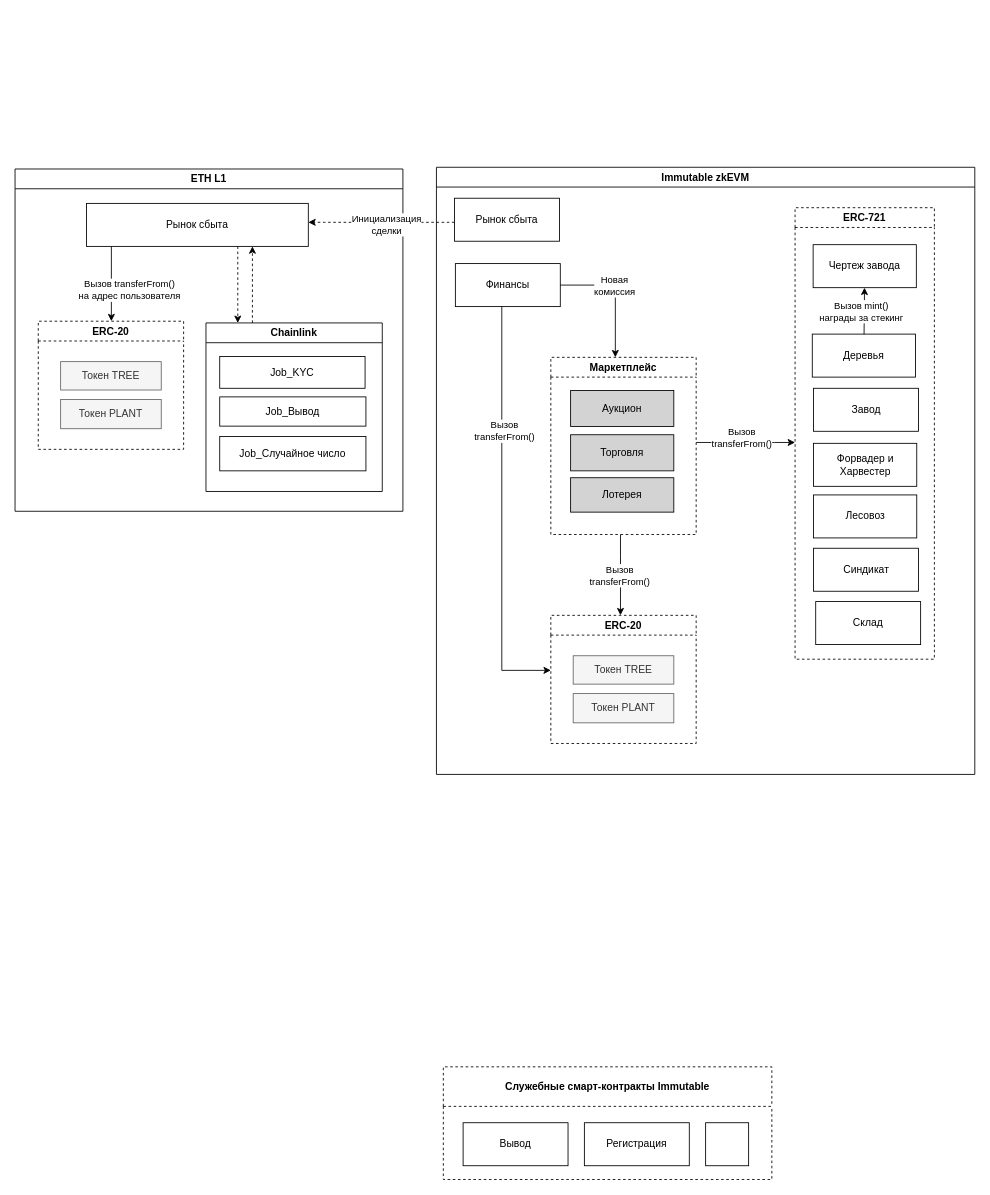
careock/diagrams keeps this draw.io diagram as page "Архитектура SC" (1 of 11) of CE/Диаграмма без названия.drawio. Above is the earlier version. Source tidied: cells renumbered, new cells numbered last; positions are measured from the earlier drawing's top-left corner, leaving out a move shared by most shapes. Both pictures are drawn from the tidied source at 86%, with x=0, y=0 at pixel (15, 162).
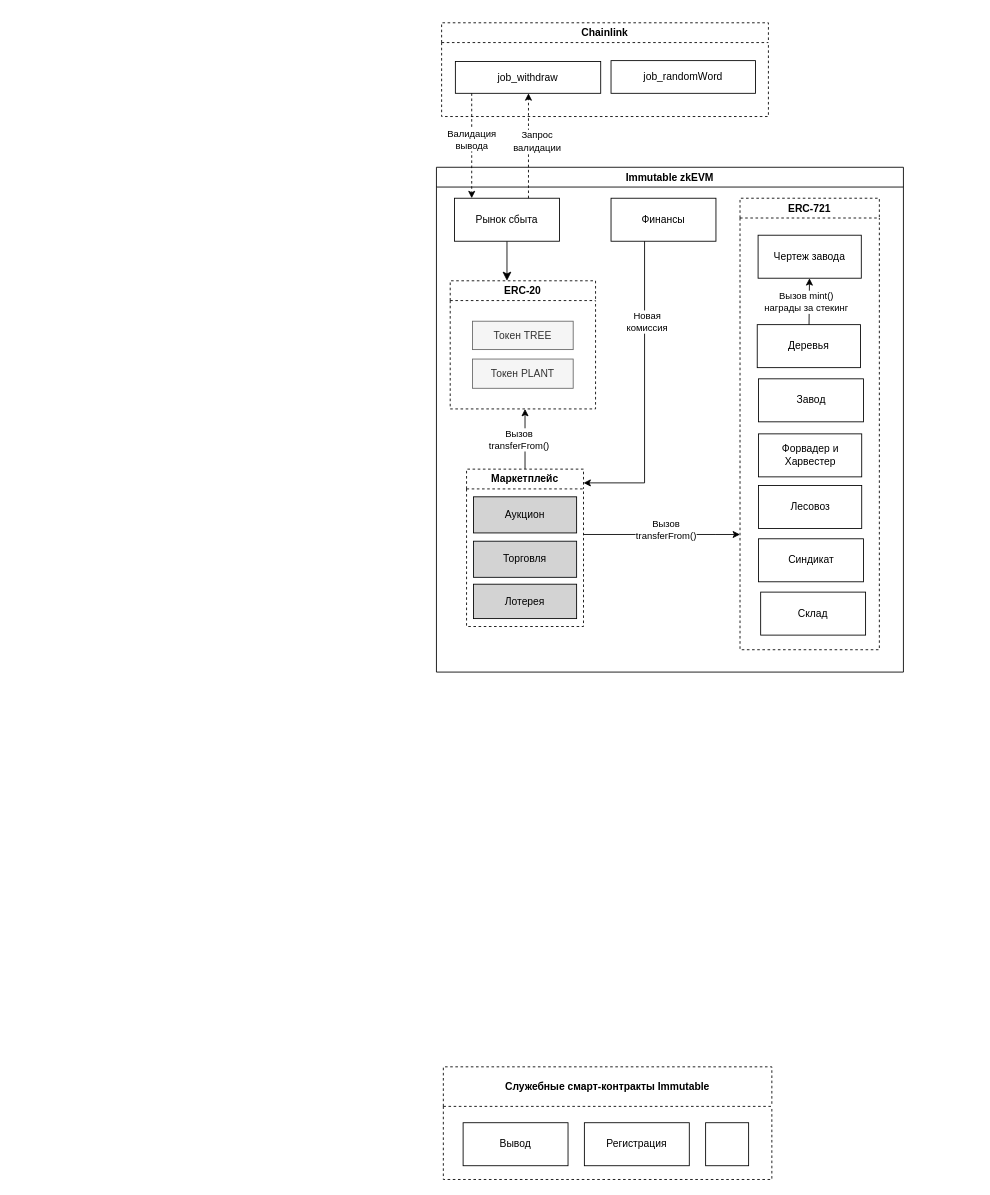
Above is the later version.

Unchanged cells that the change refers to:
```xml
<mxCell id="8" value="Рынок сбыта" style="rounded=0;whiteSpace=wrap;html=1;" parent="2" vertex="1">
  <mxGeometry x="21" y="36" width="122" height="50" as="geometry" />
</mxCell>
```

What changed in the source:
```diff
@@
     <mxCell id="2" value="Immutable zkEVM" style="swimlane;whiteSpace=wrap;html=1;" parent="1" vertex="1">
-      <mxGeometry x="490" y="6" width="626" height="706" as="geometry" />
+      <mxGeometry x="490" y="6" width="543" height="587" as="geometry" />
     </mxCell>
     <mxCell id="3" style="edgeStyle=elbowEdgeStyle;rounded=0;jettySize=auto;html=1;startArrow=none;startFill=0;endArrow=classic;endFill=1;" parent="2" edge="1" source="22" target="19">
       <mxGeometry relative="1" as="geometry">
         <Array as="points">
+          <mxPoint x="135" y="360" />
+          <mxPoint x="275" y="269" />
+          <mxPoint x="262" y="332" />
           <mxPoint x="214" y="451" />
           <mxPoint x="260" y="434" />
           <mxPoint x="28" y="495" />
         </Array>
       </mxGeometry>
     </mxCell>
     <mxCell id="4" value="Вызов&lt;br&gt;transferFrom()" style="edgeLabel;html=1;align=center;verticalAlign=middle;" parent="3" vertex="1">
       <mxGeometry x="0.24" y="1" relative="1" as="geometry">
-        <mxPoint x="-3" y="-11" as="offset" />
+        <mxPoint x="-7" y="8" as="offset" />
       </mxGeometry>
     </mxCell>
     <mxCell id="5" style="edgeStyle=elbowEdgeStyle;rounded=0;jettySize=auto;html=1;startArrow=none;startFill=0;endArrow=classic;endFill=1;elbow=vertical;" parent="2" edge="1" source="22" target="9">
       <mxGeometry relative="1" as="geometry">
         <Array as="points">
+          <mxPoint x="325" y="427" />
+          <mxPoint x="337" y="269" />
           <mxPoint x="393" y="320" />
           <mxPoint x="118" y="741" />
         </Array>
       </mxGeometry>
     </mxCell>
@@
     <mxCell id="7" value="Финансы" style="rounded=0;whiteSpace=wrap;html=1;" parent="2" vertex="1">
-      <mxGeometry x="22" y="112" width="122" height="50" as="geometry" />
+      <mxGeometry x="203" y="36" width="122" height="50" as="geometry" />
     </mxCell>
+    <mxCell id="49" style="edgeStyle=elbowEdgeStyle;rounded=0;jettySize=auto;html=1;fontSize=12;startSize=8;endSize=8;" parent="2" edge="1" source="8" target="19">
+      <mxGeometry relative="1" as="geometry">
+        <Array as="points">
+          <mxPoint x="32" y="173" />
+          <mxPoint x="17" y="180" />
+        </Array>
+      </mxGeometry>
+    </mxCell>
@@
     <mxCell id="9" value="ERC-721" style="swimlane;whiteSpace=wrap;html=1;startSize=23;dashed=1;" parent="2" vertex="1">
-      <mxGeometry x="417" y="47" width="162" height="525" as="geometry" />
+      <mxGeometry x="353" y="36" width="162" height="525" as="geometry" />
     </mxCell>
@@
     <mxCell id="19" value="ERC-20" style="swimlane;whiteSpace=wrap;html=1;dashed=1;" parent="2" vertex="1">
-      <mxGeometry x="133" y="521" width="169" height="149" as="geometry" />
+      <mxGeometry x="16" y="132" width="169" height="149" as="geometry" />
     </mxCell>
@@
     <mxCell id="22" value="Маркетплейс" style="swimlane;whiteSpace=wrap;html=1;dashed=1;" parent="2" vertex="1">
-      <mxGeometry x="133" y="221" width="169" height="206" as="geometry" />
+      <mxGeometry x="35" y="351" width="136" height="183" as="geometry" />
     </mxCell>
     <mxCell id="23" value="Аукцион" style="rounded=0;whiteSpace=wrap;html=1;fillColor=#d3d3d3;" parent="22" vertex="1">
-      <mxGeometry x="23" y="38.5" width="120" height="42" as="geometry" />
+      <mxGeometry x="8" y="32.2" width="120" height="42" as="geometry" />
     </mxCell>
     <mxCell id="24" value="Лотерея" style="rounded=0;whiteSpace=wrap;html=1;fillColor=#d3d3d3;" parent="22" vertex="1">
-      <mxGeometry x="23" y="140" width="120" height="40" as="geometry" />
+      <mxGeometry x="8" y="133.8" width="120" height="40" as="geometry" />
     </mxCell>
     <mxCell id="25" value="Торговля" style="rounded=0;whiteSpace=wrap;html=1;fillColor=#d3d3d3;strokeColor=#030608;" parent="22" vertex="1">
-      <mxGeometry x="23" y="90" width="120" height="42" as="geometry" />
+      <mxGeometry x="8" y="83.8" width="120" height="42" as="geometry" />
     </mxCell>
-    <mxCell id="26" style="edgeStyle=elbowEdgeStyle;rounded=0;jettySize=auto;html=1;startArrow=none;startFill=0;endArrow=classic;endFill=1;elbow=vertical;" parent="2" edge="1" source="7" target="19">
-      <mxGeometry relative="1" as="geometry">
-        <Array as="points">
-          <mxPoint x="76" y="585" />
-          <mxPoint x="110" y="558" />
-        </Array>
-      </mxGeometry>
-    </mxCell>
-    <mxCell id="27" value="Вызов &lt;br&gt;transferFrom()" style="edgeLabel;html=1;align=center;verticalAlign=middle;fontSize=11;" parent="26" vertex="1">
-      <mxGeometry x="-0.4" y="2" relative="1" as="geometry" />
-    </mxCell>
     <mxCell id="28" style="edgeStyle=elbowEdgeStyle;rounded=0;jettySize=auto;html=1;startArrow=none;startFill=0;endArrow=classic;endFill=1;" parent="2" edge="1" source="7" target="22">
       <mxGeometry relative="1" as="geometry">
         <Array as="points">
+          <mxPoint x="242" y="367" />
+          <mxPoint x="295" y="102" />
           <mxPoint x="208" y="338" />
           <mxPoint x="154" y="417" />
           <mxPoint x="198" y="426" />
           <mxPoint x="169" y="460" />
           <mxPoint x="387" y="479" />
         </Array>
       </mxGeometry>
     </mxCell>
     <mxCell id="29" value="Новая &lt;br&gt;комиссия" style="edgeLabel;html=1;align=center;verticalAlign=middle;fontSize=11;" parent="28" vertex="1">
       <mxGeometry x="-0.52" y="1" relative="1" as="geometry">
-        <mxPoint x="26" y="1" as="offset" />
+        <mxPoint x="1" y="9" as="offset" />
       </mxGeometry>
     </mxCell>
-    <mxCell id="30" value="ETH L1" style="swimlane;whiteSpace=wrap;html=1;" parent="1" vertex="1">
-      <mxGeometry y="8" width="451" height="398" as="geometry" />
-    </mxCell>
-    <mxCell id="31" value="Chainlink" style="swimlane;whiteSpace=wrap;html=1;" parent="30" vertex="1">
-      <mxGeometry x="222" y="179" width="205" height="196" as="geometry" />
-    </mxCell>
-    <mxCell id="32" value="Job_KYC" style="rounded=0;whiteSpace=wrap;html=1;" parent="31" vertex="1">
-      <mxGeometry x="16" y="39" width="169" height="37" as="geometry" />
-    </mxCell>
-    <mxCell id="33" value="Job_Вывод" style="rounded=0;whiteSpace=wrap;html=1;" parent="31" vertex="1">
-      <mxGeometry x="16" y="86" width="170" height="34" as="geometry" />
-    </mxCell>
-    <mxCell id="34" value="Job_Cлучайное число" style="rounded=0;whiteSpace=wrap;html=1;" parent="31" vertex="1">
-      <mxGeometry x="16" y="132" width="170" height="40" as="geometry" />
-    </mxCell>
-    <mxCell id="35" value="Рынок сбыта" style="rounded=0;whiteSpace=wrap;html=1;" parent="30" vertex="1">
-      <mxGeometry x="83" y="40" width="258" height="50" as="geometry" />
-    </mxCell>
-    <mxCell id="36" style="edgeStyle=elbowEdgeStyle;rounded=0;jettySize=auto;html=1;startArrow=none;startFill=0;endArrow=classic;endFill=1;dashed=1;" parent="30" edge="1" source="35" target="31">
-      <mxGeometry relative="1" as="geometry">
-        <Array as="points">
-          <mxPoint x="259" y="134" />
-          <mxPoint x="278" y="152" />
-          <mxPoint x="231" y="121" />
-          <mxPoint x="182" y="333" />
-          <mxPoint x="39" y="213" />
-          <mxPoint x="159" y="231" />
-          <mxPoint x="82" y="287" />
-          <mxPoint x="241" y="308" />
-          <mxPoint x="229" y="336" />
-          <mxPoint x="169" y="374" />
-        </Array>
-      </mxGeometry>
-    </mxCell>
-    <mxCell id="37" value="Вызов transferFrom() &lt;br&gt;на адрес пользователя" style="edgeStyle=elbowEdgeStyle;rounded=0;jettySize=auto;html=1;startArrow=classic;startFill=1;endArrow=none;endFill=0;elbow=vertical;" parent="30" edge="1" source="39" target="35">
-      <mxGeometry x="-0.17" y="-21" relative="1" as="geometry">
-        <Array as="points">
-          <mxPoint x="112" y="141" />
-          <mxPoint x="107" y="184" />
-          <mxPoint x="171" y="212" />
-          <mxPoint x="94" y="268" />
-          <mxPoint x="253" y="289" />
-          <mxPoint x="241" y="317" />
-          <mxPoint x="181" y="355" />
-        </Array>
-      </mxGeometry>
-    </mxCell>
-    <mxCell id="38" style="edgeStyle=none;curved=1;rounded=0;orthogonalLoop=1;jettySize=auto;html=1;exitX=0.75;exitY=0;exitDx=0;exitDy=0;fontSize=12;startSize=8;endSize=8;" parent="30" edge="1" source="31" target="31">
-      <mxGeometry relative="1" as="geometry" />
-    </mxCell>
-    <mxCell id="39" value="ERC-20" style="swimlane;whiteSpace=wrap;html=1;dashed=1;" parent="30" vertex="1">
-      <mxGeometry x="27" y="177" width="169" height="149" as="geometry" />
-    </mxCell>
-    <mxCell id="40" value="Токен TREE" style="rounded=0;whiteSpace=wrap;html=1;fillColor=#f5f5f5;fontColor=#333333;strokeColor=#666666;" parent="39" vertex="1">
-      <mxGeometry x="26" y="47" width="117" height="33" as="geometry" />
-    </mxCell>
-    <mxCell id="41" value="Токен PLANT" style="rounded=0;whiteSpace=wrap;html=1;fillColor=#f5f5f5;fontColor=#333333;strokeColor=#666666;" parent="39" vertex="1">
-      <mxGeometry x="26" y="91" width="117" height="34" as="geometry" />
-    </mxCell>
-    <mxCell id="42" style="edgeStyle=elbowEdgeStyle;rounded=0;jettySize=auto;html=1;startArrow=none;startFill=0;endArrow=classic;endFill=1;dashed=1;" parent="30" edge="1" source="31" target="35">
-      <mxGeometry relative="1" as="geometry">
-        <Array as="points">
-          <mxPoint x="276" y="146" />
-          <mxPoint x="294" y="133" />
-          <mxPoint x="321" y="156" />
-          <mxPoint x="269" y="119" />
-          <mxPoint x="356" y="133" />
-          <mxPoint x="277" y="112" />
-          <mxPoint x="308" y="179" />
-          <mxPoint x="192" y="343" />
-          <mxPoint x="49" y="223" />
-          <mxPoint x="169" y="241" />
-          <mxPoint x="92" y="297" />
-          <mxPoint x="251" y="318" />
-          <mxPoint x="239" y="346" />
-          <mxPoint x="179" y="384" />
-        </Array>
-      </mxGeometry>
-    </mxCell>
-    <mxCell id="43" style="edgeStyle=elbowEdgeStyle;rounded=0;jettySize=auto;html=1;startArrow=none;startFill=0;endArrow=classic;endFill=1;dashed=1;" parent="1" edge="1" source="8" target="35">
+    <mxCell id="43" style="edgeStyle=elbowEdgeStyle;rounded=0;jettySize=auto;html=1;startArrow=none;startFill=0;endArrow=classic;endFill=1;dashed=1;" parent="1" edge="1" source="8" target="32">
       <mxGeometry relative="1" as="geometry">
         <Array as="points">
+          <mxPoint x="597" y="-11" />
+          <mxPoint x="404" y="59" />
           <mxPoint x="360" y="70" />
           <mxPoint x="407" />
           <mxPoint x="512" y="217" />
           <mxPoint x="481" y="80" />
           <mxPoint x="456" y="63" />
           <mxPoint x="676" y="22" />
           <mxPoint x="815" y="57" />
           <mxPoint x="369" y="148" />
           <mxPoint x="451" y="246" />
           <mxPoint x="616" y="336" />
           <mxPoint x="581" y="189" />
           <mxPoint x="603" y="250" />
         </Array>
       </mxGeometry>
     </mxCell>
-    <mxCell id="44" value="Инициализация&lt;br style=&quot;font-size: 11px;&quot;&gt;сделки" style="edgeLabel;html=1;align=center;verticalAlign=middle;fontSize=11;" parent="43" vertex="1">
+    <mxCell id="44" value="Запрос &lt;br&gt;валидации" style="edgeLabel;html=1;align=center;verticalAlign=middle;fontSize=11;" parent="43" vertex="1">
       <mxGeometry x="-0.4" y="-1" relative="1" as="geometry">
-        <mxPoint x="-29" y="3" as="offset" />
+        <mxPoint x="8" y="-30" as="offset" />
       </mxGeometry>
     </mxCell>
@@
+    <mxCell id="31" value="Chainlink" style="swimlane;whiteSpace=wrap;html=1;dashed=1;" parent="1" vertex="1">
+      <mxGeometry x="496" y="-162" width="380" height="109" as="geometry" />
+    </mxCell>
+    <mxCell id="32" value="job_withdraw" style="rounded=0;whiteSpace=wrap;html=1;" parent="31" vertex="1">
+      <mxGeometry x="16" y="45" width="169" height="37" as="geometry" />
+    </mxCell>
+    <mxCell id="34" value="job_randomWord" style="rounded=0;whiteSpace=wrap;html=1;" parent="31" vertex="1">
+      <mxGeometry x="197" y="44" width="168" height="38" as="geometry" />
+    </mxCell>
+    <mxCell id="38" style="edgeStyle=none;curved=1;rounded=0;orthogonalLoop=1;jettySize=auto;html=1;exitX=0.75;exitY=0;exitDx=0;exitDy=0;fontSize=12;startSize=8;endSize=8;" parent="1" edge="1" source="31" target="31">
+      <mxGeometry relative="1" as="geometry" />
+    </mxCell>
+    <mxCell id="50" style="edgeStyle=elbowEdgeStyle;rounded=0;jettySize=auto;html=1;startArrow=none;startFill=0;endArrow=classic;endFill=1;dashed=1;" parent="1" edge="1" source="32" target="8">
+      <mxGeometry relative="1" as="geometry">
+        <Array as="points">
+          <mxPoint x="531" y="-34" />
+          <mxPoint x="410" y="57" />
+          <mxPoint x="417" y="10" />
+          <mxPoint x="522" y="227" />
+          <mxPoint x="491" y="90" />
+          <mxPoint x="466" y="73" />
+          <mxPoint x="686" y="32" />
+          <mxPoint x="825" y="67" />
+          <mxPoint x="379" y="158" />
+          <mxPoint x="461" y="256" />
+          <mxPoint x="626" y="346" />
+          <mxPoint x="591" y="199" />
+          <mxPoint x="613" y="260" />
+        </Array>
+      </mxGeometry>
+    </mxCell>
+    <mxCell id="51" value="Валидация &lt;br&gt;вывода" style="edgeLabel;html=1;align=center;verticalAlign=middle;fontSize=11;" parent="50" vertex="1">
+      <mxGeometry x="-0.4" y="-1" relative="1" as="geometry">
+        <mxPoint y="16" as="offset" />
+      </mxGeometry>
+    </mxCell>
```
